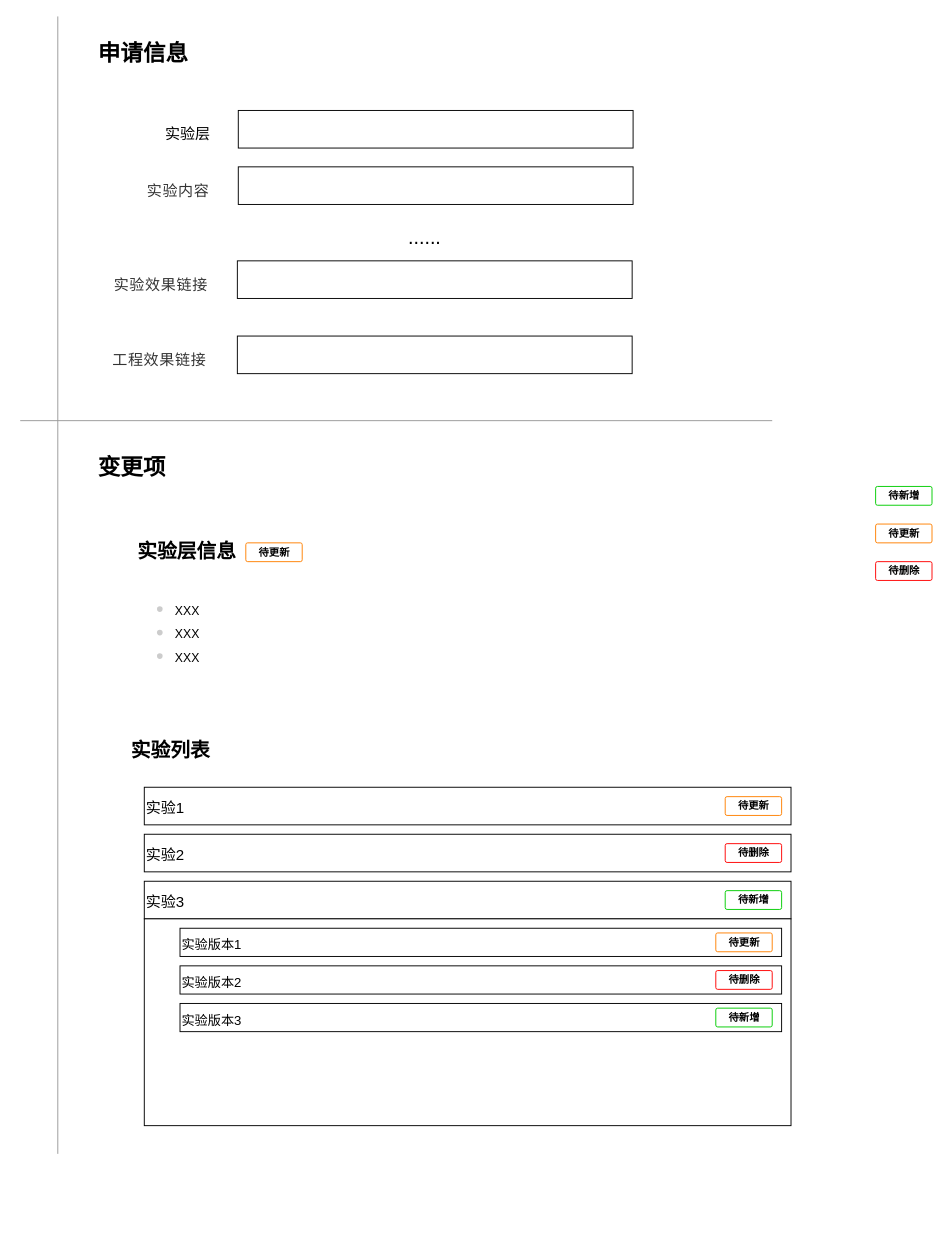
The draw.io diagram 变更申请交互.drawio in hua66ForFreedom/JustForTest, before the edit. Source tidied: cells renumbered, new cells numbered last; positions are measured from the earlier drawing's top-left corner, leaving out a move shared by most shapes. Both pictures are drawn from the tidied source at 94%, with x=0, y=0 at pixel (20, 16).
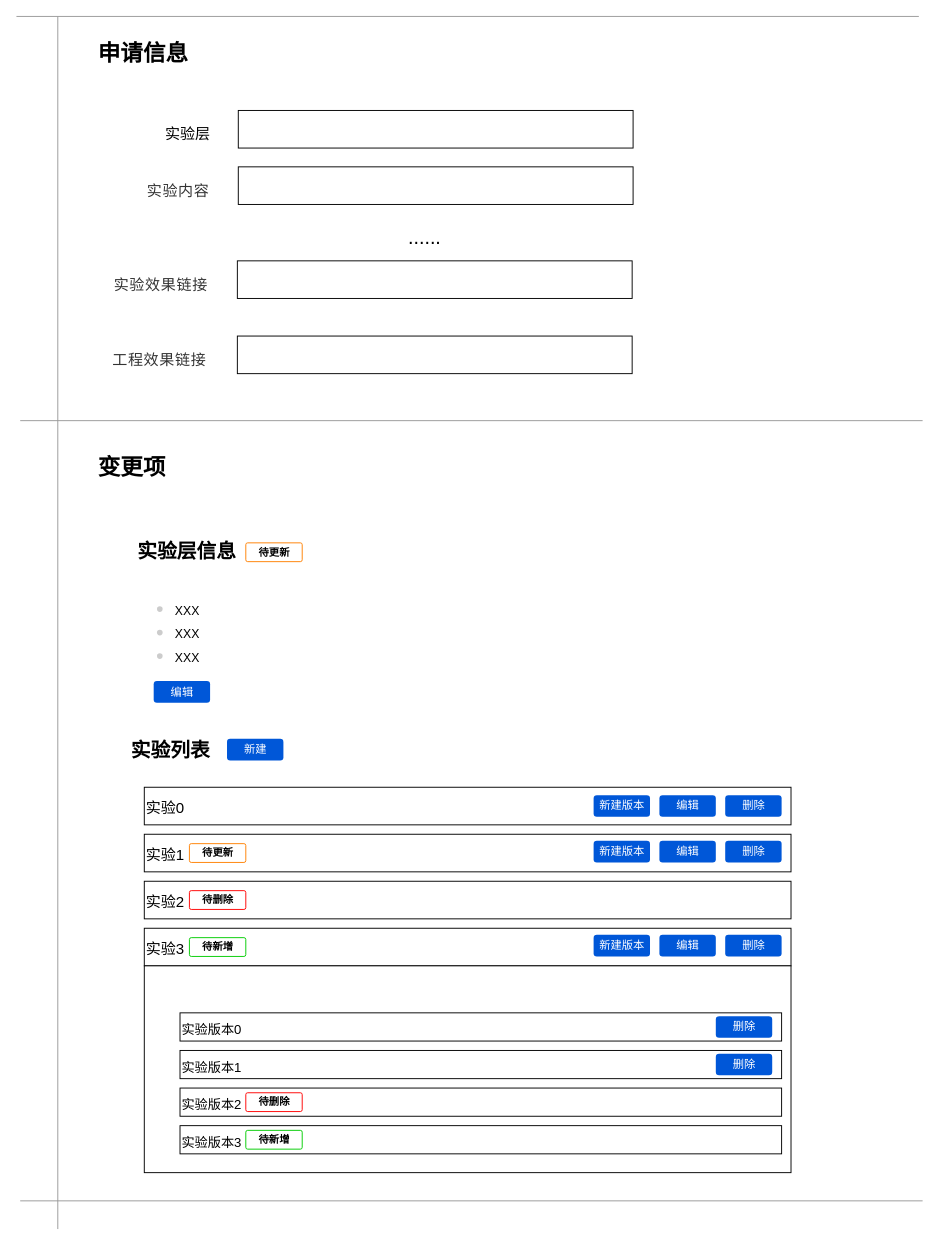
Above is the later version.

Commit message (it also covers changes not shown here):
Update 变更申请交互.drawio

What changed in the source:
```diff
@@
     <mxCell id="2" value="&lt;font style=&quot;font-size: 16px&quot;&gt;实验3&lt;/font&gt;" style="rounded=0;whiteSpace=wrap;html=1;fontSize=21;fontColor=#000000;align=left;" parent="1" vertex="1">
-      <mxGeometry x="132" y="920" width="688" height="40" as="geometry" />
+      <mxGeometry x="132" y="970" width="688" height="40" as="geometry" />
     </mxCell>
@@
     <mxCell id="13" style="endArrow=none;html=1;fontSize=21;fontColor=#CCCCCC;strokeColor=#999999;" parent="1" edge="1">
       <mxGeometry relative="1" as="geometry">
         <mxPoint y="430" as="sourcePoint" />
-        <mxPoint x="800" y="430" as="targetPoint" />
+        <mxPoint x="960" y="430" as="targetPoint" />
       </mxGeometry>
     </mxCell>
     <mxCell id="14" style="endArrow=none;html=1;strokeColor=#999999;fontSize=21;fontColor=#CCCCCC;" parent="1" edge="1">
       <mxGeometry relative="1" as="geometry">
-        <mxPoint x="40" y="1210" as="sourcePoint" />
+        <mxPoint x="40" y="1290" as="sourcePoint" />
         <mxPoint x="40" as="targetPoint" />
       </mxGeometry>
     </mxCell>
@@
     <mxCell id="17" value="&lt;font style=&quot;font-size: 16px&quot;&gt;实验1&lt;/font&gt;" style="rounded=0;whiteSpace=wrap;html=1;fontSize=21;fontColor=#000000;align=left;" parent="1" vertex="1">
-      <mxGeometry x="132" y="820" width="688" height="40" as="geometry" />
+      <mxGeometry x="132" y="870" width="688" height="40" as="geometry" />
     </mxCell>
@@
-    <mxCell id="19" value="待删除" style="dashed=0;html=1;fillColor=#FFFFFF;strokeColor=#FF0000;align=center;rounded=1;arcSize=10;fontStyle=1;fontSize=11;shadow=0;" parent="1" vertex="1">
-      <mxGeometry x="910" y="580" width="60" height="20" as="geometry" />
-    </mxCell>
-    <mxCell id="20" value="待更新" style="dashed=0;html=1;fillColor=#FFFFFF;strokeColor=#FF8000;align=center;rounded=1;arcSize=10;fontStyle=1;fontSize=11;shadow=0;" parent="1" vertex="1">
-      <mxGeometry x="910" y="540" width="60" height="20" as="geometry" />
-    </mxCell>
-    <mxCell id="21" value="&lt;font&gt;待新增&lt;/font&gt;" style="dashed=0;html=1;fillColor=#FFFFFF;strokeColor=#00CC00;align=center;rounded=1;arcSize=10;fontStyle=1;fontSize=11;shadow=0;" parent="1" vertex="1">
-      <mxGeometry x="910" y="500" width="60" height="20" as="geometry" />
-    </mxCell>
@@
     <mxCell id="23" value="待新增" style="dashed=0;html=1;fillColor=#FFFFFF;strokeColor=#00CC00;align=center;rounded=1;arcSize=10;fontStyle=1;fontSize=11;shadow=0;" parent="1" vertex="1">
-      <mxGeometry x="750" y="930" width="60" height="20" as="geometry" />
+      <mxGeometry x="180" y="980" width="60" height="20" as="geometry" />
     </mxCell>
     <mxCell id="24" value="&lt;font style=&quot;font-size: 16px&quot;&gt;实验2&lt;/font&gt;" style="rounded=0;whiteSpace=wrap;html=1;fontSize=21;fontColor=#000000;align=left;" parent="1" vertex="1">
-      <mxGeometry x="132" y="870" width="688" height="40" as="geometry" />
+      <mxGeometry x="132" y="920" width="688" height="40" as="geometry" />
     </mxCell>
     <mxCell id="25" value="待更新" style="dashed=0;html=1;fillColor=#FFFFFF;strokeColor=#FF8000;align=center;rounded=1;arcSize=10;fontStyle=1;fontSize=11;shadow=0;" parent="1" vertex="1">
-      <mxGeometry x="750" y="830" width="60" height="20" as="geometry" />
+      <mxGeometry x="180" y="880" width="60" height="20" as="geometry" />
     </mxCell>
     <mxCell id="26" value="待删除" style="dashed=0;html=1;fillColor=#FFFFFF;strokeColor=#FF0000;align=center;rounded=1;arcSize=10;fontStyle=1;fontSize=11;shadow=0;" parent="1" vertex="1">
-      <mxGeometry x="750" y="880" width="60" height="20" as="geometry" />
+      <mxGeometry x="180" y="930" width="60" height="20" as="geometry" />
     </mxCell>
     <mxCell id="27" style="rounded=0;whiteSpace=wrap;html=1;strokeColor=#000000;fillColor=#FFFFFF;fontSize=21;fontColor=#000000;align=left;" parent="1" vertex="1">
-      <mxGeometry x="132" y="960" width="688" height="220" as="geometry" />
+      <mxGeometry x="132" y="1010" width="688" height="220" as="geometry" />
     </mxCell>
     <mxCell id="28" value="&lt;font style=&quot;font-size: 14px&quot;&gt;实验版本1&lt;/font&gt;" style="rounded=0;whiteSpace=wrap;html=1;strokeColor=#000000;fillColor=#FFFFFF;fontSize=21;fontColor=#000000;align=left;" parent="1" vertex="1">
-      <mxGeometry x="170" y="970" width="640" height="30" as="geometry" />
+      <mxGeometry x="170" y="1100" width="640" height="30" as="geometry" />
     </mxCell>
     <mxCell id="29" value="&lt;font style=&quot;font-size: 14px&quot;&gt;实验版本2&lt;/font&gt;" style="rounded=0;whiteSpace=wrap;html=1;strokeColor=#000000;fillColor=#FFFFFF;fontSize=21;fontColor=#000000;align=left;" parent="1" vertex="1">
-      <mxGeometry x="170" y="1010" width="640" height="30" as="geometry" />
+      <mxGeometry x="170" y="1140" width="640" height="30" as="geometry" />
     </mxCell>
     <mxCell id="30" value="&lt;font style=&quot;font-size: 14px&quot;&gt;实验版本3&lt;/font&gt;" style="rounded=0;whiteSpace=wrap;html=1;strokeColor=#000000;fillColor=#FFFFFF;fontSize=21;fontColor=#000000;align=left;" parent="1" vertex="1">
-      <mxGeometry x="170" y="1050" width="640" height="30" as="geometry" />
+      <mxGeometry x="170" y="1180" width="640" height="30" as="geometry" />
     </mxCell>
-    <mxCell id="31" value="待更新" style="dashed=0;html=1;fillColor=#FFFFFF;strokeColor=#FF8000;align=center;rounded=1;arcSize=10;fontStyle=1;fontSize=11;shadow=0;" parent="1" vertex="1">
-      <mxGeometry x="740" y="975" width="60" height="20" as="geometry" />
-    </mxCell>
     <mxCell id="32" value="待删除" style="dashed=0;html=1;fillColor=#FFFFFF;strokeColor=#FF0000;align=center;rounded=1;arcSize=10;fontStyle=1;fontSize=11;shadow=0;" parent="1" vertex="1">
-      <mxGeometry x="740" y="1015" width="60" height="20" as="geometry" />
+      <mxGeometry x="240" y="1145" width="60" height="20" as="geometry" />
     </mxCell>
     <mxCell id="33" value="待新增" style="dashed=0;html=1;fillColor=#FFFFFF;strokeColor=#00CC00;align=center;rounded=1;arcSize=10;fontStyle=1;fontSize=11;shadow=0;" parent="1" vertex="1">
-      <mxGeometry x="740" y="1055" width="60" height="20" as="geometry" />
+      <mxGeometry x="240" y="1185" width="60" height="20" as="geometry" />
     </mxCell>
+    <mxCell id="34" value="新建" style="rounded=1;fillColor=#0057D8;align=center;strokeColor=none;html=1;fontColor=#ffffff;fontSize=12;" parent="1" vertex="1">
+      <mxGeometry x="220" y="768.5" width="60" height="23" as="geometry" />
+    </mxCell>
+    <mxCell id="35" value="编辑" style="rounded=1;fillColor=#0057D8;align=center;strokeColor=none;html=1;fontColor=#ffffff;fontSize=12;" parent="1" vertex="1">
+      <mxGeometry x="680" y="977" width="60" height="23" as="geometry" />
+    </mxCell>
+    <mxCell id="36" value="删除" style="rounded=1;fillColor=#0057D8;align=center;strokeColor=none;html=1;fontColor=#ffffff;fontSize=12;" parent="1" vertex="1">
+      <mxGeometry x="750" y="977" width="60" height="23" as="geometry" />
+    </mxCell>
+    <mxCell id="37" value="删除" style="rounded=1;fillColor=#0057D8;align=center;strokeColor=none;html=1;fontColor=#ffffff;fontSize=12;" parent="1" vertex="1">
+      <mxGeometry x="740" y="1103.5" width="60" height="23" as="geometry" />
+    </mxCell>
+    <mxCell id="38" value="新建版本" style="rounded=1;fillColor=#0057D8;align=center;strokeColor=none;html=1;fontColor=#ffffff;fontSize=12;" parent="1" vertex="1">
+      <mxGeometry x="610" y="977" width="60" height="23" as="geometry" />
+    </mxCell>
+    <mxCell id="39" value="&lt;font style=&quot;font-size: 16px&quot;&gt;实验0&lt;/font&gt;" style="rounded=0;whiteSpace=wrap;html=1;fontSize=21;fontColor=#000000;align=left;" parent="1" vertex="1">
+      <mxGeometry x="132" y="820" width="688" height="40" as="geometry" />
+    </mxCell>
+    <mxCell id="40" value="编辑" style="rounded=1;fillColor=#0057D8;align=center;strokeColor=none;html=1;fontColor=#ffffff;fontSize=12;" parent="1" vertex="1">
+      <mxGeometry x="680" y="828.5" width="60" height="23" as="geometry" />
+    </mxCell>
+    <mxCell id="41" value="删除" style="rounded=1;fillColor=#0057D8;align=center;strokeColor=none;html=1;fontColor=#ffffff;fontSize=12;" parent="1" vertex="1">
+      <mxGeometry x="750" y="828.5" width="60" height="23" as="geometry" />
+    </mxCell>
+    <mxCell id="42" value="新建版本" style="rounded=1;fillColor=#0057D8;align=center;strokeColor=none;html=1;fontColor=#ffffff;fontSize=12;" parent="1" vertex="1">
+      <mxGeometry x="610" y="828.5" width="60" height="23" as="geometry" />
+    </mxCell>
+    <mxCell id="43" value="编辑" style="rounded=1;fillColor=#0057D8;align=center;strokeColor=none;html=1;fontColor=#ffffff;fontSize=12;" parent="1" vertex="1">
+      <mxGeometry x="680" y="877" width="60" height="23" as="geometry" />
+    </mxCell>
+    <mxCell id="44" value="删除" style="rounded=1;fillColor=#0057D8;align=center;strokeColor=none;html=1;fontColor=#ffffff;fontSize=12;" parent="1" vertex="1">
+      <mxGeometry x="750" y="877" width="60" height="23" as="geometry" />
+    </mxCell>
+    <mxCell id="45" value="新建版本" style="rounded=1;fillColor=#0057D8;align=center;strokeColor=none;html=1;fontColor=#ffffff;fontSize=12;" parent="1" vertex="1">
+      <mxGeometry x="610" y="877" width="60" height="23" as="geometry" />
+    </mxCell>
+    <mxCell id="46" value="&lt;font style=&quot;font-size: 14px&quot;&gt;实验版本0&lt;/font&gt;" style="rounded=0;whiteSpace=wrap;html=1;strokeColor=#000000;fillColor=#FFFFFF;fontSize=21;fontColor=#000000;align=left;" parent="1" vertex="1">
+      <mxGeometry x="170" y="1060" width="640" height="30" as="geometry" />
+    </mxCell>
+    <mxCell id="47" value="删除" style="rounded=1;fillColor=#0057D8;align=center;strokeColor=none;html=1;fontColor=#ffffff;fontSize=12;" parent="1" vertex="1">
+      <mxGeometry x="740" y="1063.5" width="60" height="23" as="geometry" />
+    </mxCell>
+    <mxCell id="48" value="编辑" style="rounded=1;fillColor=#0057D8;align=center;strokeColor=none;html=1;fontColor=#ffffff;fontSize=12;" parent="1" vertex="1">
+      <mxGeometry x="142" y="707" width="60" height="23" as="geometry" />
+    </mxCell>
+    <mxCell id="49" style="endArrow=none;html=1;fontSize=21;fontColor=#CCCCCC;strokeColor=#999999;" parent="1" edge="1">
+      <mxGeometry relative="1" as="geometry">
+        <mxPoint y="1260" as="sourcePoint" />
+        <mxPoint x="960" y="1260" as="targetPoint" />
+      </mxGeometry>
+    </mxCell>
+    <mxCell id="50" style="endArrow=none;html=1;fontSize=21;fontColor=#CCCCCC;strokeColor=#999999;" parent="1" edge="1">
+      <mxGeometry relative="1" as="geometry">
+        <mxPoint x="-4" as="sourcePoint" />
+        <mxPoint x="956" as="targetPoint" />
+      </mxGeometry>
+    </mxCell>
```
